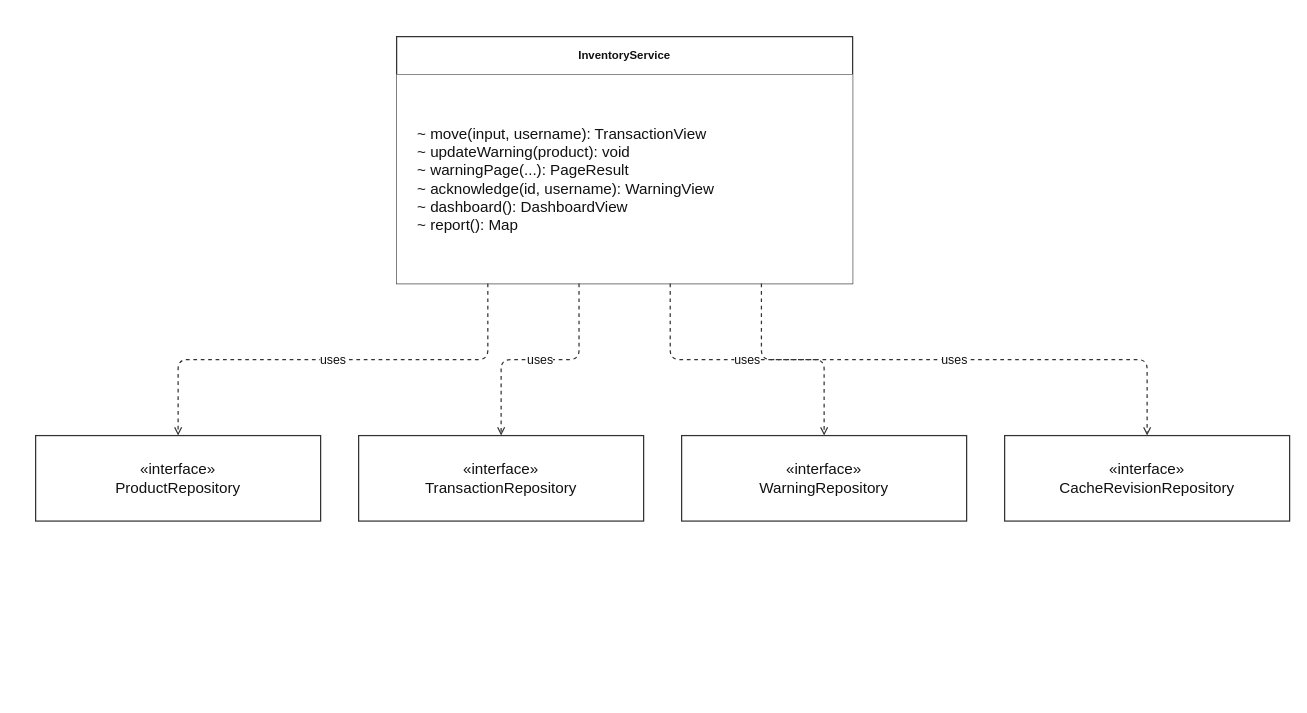
ZeroRegister/SupermarketsSystem keeps this draw.io diagram as thesis/figure-assets/diagrams/17-uml-service.drawio. Above is the earlier version. Source tidied: cells renumbered, new cells numbered last; positions are measured from the earlier drawing's top-left corner, leaving out a move shared by most shapes. Both pictures are drawn from the tidied source at 95%, with x=0, y=0 at pixel (35, 36).
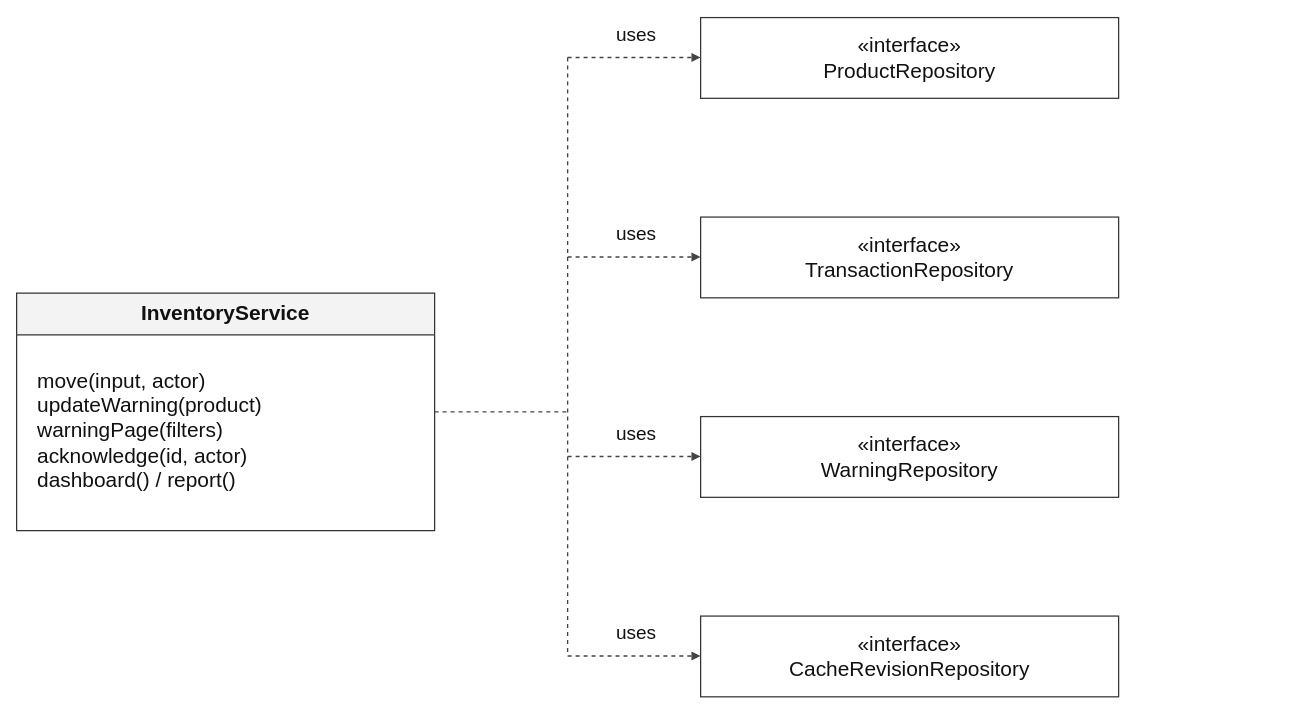
The same diagram, later.

Diff of the diagram source:
```diff
@@
-    <mxCell id="2" value="InventoryService" style="whiteSpace=wrap;html=1;fontFamily=Arial;fontSize=16;fontColor=#111111;strokeColor=#333333;strokeWidth=1.3;rounded=0;fillColor=#ffffff;swimlane;startSize=40;fontStyle=1;" parent="1" vertex="1">
-      <mxGeometry x="380" width="480" height="260" as="geometry" />
+    <mxCell id="2" value="InventoryService" style="whiteSpace=wrap;html=1;fontFamily=Arial;fontSize=22;fontColor=#111111;strokeColor=#333333;strokeWidth=1.3;rounded=0;fillColor=#ffffff;swimlane;startSize=44;fontStyle=1;fillColor=#f3f3f3;fontSize=22;" parent="1" vertex="1">
+      <mxGeometry x="-20" y="270" width="440" height="250" as="geometry" />
     </mxCell>
-    <mxCell id="3" value="&lt;div style=&quot;text-align:left&quot;&gt;~ move(input, username): TransactionView&lt;br&gt;~ updateWarning(product): void&lt;br&gt;~ warningPage(...): PageResult&lt;br&gt;~ acknowledge(id, username): WarningView&lt;br&gt;~ dashboard(): DashboardView&lt;br&gt;~ report(): Map&lt;/div&gt;" style="whiteSpace=wrap;html=1;fontFamily=Arial;fontSize=16;fontColor=#111111;strokeColor=#333333;strokeWidth=1.3;rounded=0;fillColor=#ffffff;strokeColor=none;align=left;spacingLeft=20;" parent="2" vertex="1">
-      <mxGeometry y="40" width="480" height="220" as="geometry" />
+    <mxCell id="3" value="move(input, actor)&#10;updateWarning(product)&#10;warningPage(filters)&#10;acknowledge(id, actor)&#10;dashboard() / report()" style="whiteSpace=wrap;html=1;fontFamily=Arial;fontSize=22;fontColor=#111111;strokeColor=#333333;strokeWidth=1.3;rounded=0;fillColor=#ffffff;strokeColor=none;align=left;fontSize=22;" parent="1" vertex="1">
+      <mxGeometry y="325" width="400" height="180" as="geometry" />
     </mxCell>
-    <mxCell id="4" value="«interface»&lt;br&gt;ProductRepository" style="whiteSpace=wrap;html=1;fontFamily=Arial;fontSize=16;fontColor=#111111;strokeColor=#333333;strokeWidth=1.3;rounded=0;fillColor=#ffffff;" parent="1" vertex="1">
-      <mxGeometry y="420" width="300" height="90" as="geometry" />
+    <mxCell id="4" style="html=1;rounded=0;strokeColor=#444444;strokeWidth=1.4;endArrow=none;endFill=1;dashed=1;" parent="1" edge="1">
+      <mxGeometry relative="1" as="geometry">
+        <mxPoint x="420" y="395" as="sourcePoint" />
+        <mxPoint x="560" y="395" as="targetPoint" />
+      </mxGeometry>
     </mxCell>
-    <mxCell id="5" value="uses" style="whiteSpace=wrap;html=1;fontFamily=Arial;fontSize=16;fontColor=#111111;strokeColor=#333333;strokeWidth=1.3;edgeStyle=orthogonalEdgeStyle;rounded=1;jettySize=auto;fontSize=13;whiteSpace=nowrap;labelBackgroundColor=#ffffff;endArrow=block;endFill=1;dashed=1;endArrow=open;exitX=0.2;exitY=1;entryX=0.5;entryY=0;" parent="1" edge="1" source="2" target="4">
-      <mxGeometry relative="1" as="geometry" />
+    <mxCell id="5" style="html=1;rounded=0;strokeColor=#444444;strokeWidth=1.4;endArrow=none;endFill=1;dashed=1;" parent="1" edge="1">
+      <mxGeometry relative="1" as="geometry">
+        <mxPoint x="560" y="22" as="sourcePoint" />
+        <mxPoint x="560" y="652" as="targetPoint" />
+      </mxGeometry>
     </mxCell>
-    <mxCell id="6" value="«interface»&lt;br&gt;TransactionRepository" style="whiteSpace=wrap;html=1;fontFamily=Arial;fontSize=16;fontColor=#111111;strokeColor=#333333;strokeWidth=1.3;rounded=0;fillColor=#ffffff;" parent="1" vertex="1">
-      <mxGeometry x="340" y="420" width="300" height="90" as="geometry" />
+    <mxCell id="6" value="«interface»&#10;ProductRepository" style="whiteSpace=wrap;html=1;fontFamily=Arial;fontSize=22;fontColor=#111111;strokeColor=#333333;strokeWidth=1.3;rounded=0;fillColor=#ffffff;fontSize=22;" parent="1" vertex="1">
+      <mxGeometry x="700" y="-20" width="440" height="85" as="geometry" />
     </mxCell>
-    <mxCell id="7" value="uses" style="whiteSpace=wrap;html=1;fontFamily=Arial;fontSize=16;fontColor=#111111;strokeColor=#333333;strokeWidth=1.3;edgeStyle=orthogonalEdgeStyle;rounded=1;jettySize=auto;fontSize=13;whiteSpace=nowrap;labelBackgroundColor=#ffffff;endArrow=block;endFill=1;dashed=1;endArrow=open;exitX=0.4;exitY=1;entryX=0.5;entryY=0;" parent="1" edge="1" source="2" target="6">
-      <mxGeometry relative="1" as="geometry" />
+    <mxCell id="7" style="html=1;rounded=0;strokeColor=#444444;strokeWidth=1.4;endArrow=block;endFill=1;dashed=1;" parent="1" edge="1">
+      <mxGeometry relative="1" as="geometry">
+        <mxPoint x="560" y="22" as="sourcePoint" />
+        <mxPoint x="700" y="22" as="targetPoint" />
+      </mxGeometry>
     </mxCell>
-    <mxCell id="8" value="«interface»&lt;br&gt;WarningRepository" style="whiteSpace=wrap;html=1;fontFamily=Arial;fontSize=16;fontColor=#111111;strokeColor=#333333;strokeWidth=1.3;rounded=0;fillColor=#ffffff;" parent="1" vertex="1">
-      <mxGeometry x="680" y="420" width="300" height="90" as="geometry" />
+    <mxCell id="8" value="uses" style="whiteSpace=wrap;html=1;fontFamily=Arial;fontSize=22;fontColor=#111111;strokeColor=#333333;strokeWidth=1.3;rounded=0;fillColor=#ffffff;strokeColor=none;fillColor=#ffffff;fontSize=20;fontSize=20;" parent="1" vertex="1">
+      <mxGeometry x="585" y="-21" width="95" height="36" as="geometry" />
     </mxCell>
-    <mxCell id="9" value="uses" style="whiteSpace=wrap;html=1;fontFamily=Arial;fontSize=16;fontColor=#111111;strokeColor=#333333;strokeWidth=1.3;edgeStyle=orthogonalEdgeStyle;rounded=1;jettySize=auto;fontSize=13;whiteSpace=nowrap;labelBackgroundColor=#ffffff;endArrow=block;endFill=1;dashed=1;endArrow=open;exitX=0.6;exitY=1;entryX=0.5;entryY=0;" parent="1" edge="1" source="2" target="8">
-      <mxGeometry relative="1" as="geometry" />
+    <mxCell id="9" value="«interface»&#10;TransactionRepository" style="whiteSpace=wrap;html=1;fontFamily=Arial;fontSize=22;fontColor=#111111;strokeColor=#333333;strokeWidth=1.3;rounded=0;fillColor=#ffffff;fontSize=22;" parent="1" vertex="1">
+      <mxGeometry x="700" y="190" width="440" height="85" as="geometry" />
     </mxCell>
-    <mxCell id="10" value="«interface»&lt;br&gt;CacheRevisionRepository" style="whiteSpace=wrap;html=1;fontFamily=Arial;fontSize=16;fontColor=#111111;strokeColor=#333333;strokeWidth=1.3;rounded=0;fillColor=#ffffff;" parent="1" vertex="1">
-      <mxGeometry x="1020" y="420" width="300" height="90" as="geometry" />
+    <mxCell id="10" style="html=1;rounded=0;strokeColor=#444444;strokeWidth=1.4;endArrow=block;endFill=1;dashed=1;" parent="1" edge="1">
+      <mxGeometry relative="1" as="geometry">
+        <mxPoint x="560" y="232" as="sourcePoint" />
+        <mxPoint x="700" y="232" as="targetPoint" />
+      </mxGeometry>
     </mxCell>
-    <mxCell id="11" value="uses" style="whiteSpace=wrap;html=1;fontFamily=Arial;fontSize=16;fontColor=#111111;strokeColor=#333333;strokeWidth=1.3;edgeStyle=orthogonalEdgeStyle;rounded=1;jettySize=auto;fontSize=13;whiteSpace=nowrap;labelBackgroundColor=#ffffff;endArrow=block;endFill=1;dashed=1;endArrow=open;exitX=0.8;exitY=1;entryX=0.5;entryY=0;" parent="1" edge="1" source="2" target="10">
-      <mxGeometry relative="1" as="geometry" />
+    <mxCell id="11" value="uses" style="whiteSpace=wrap;html=1;fontFamily=Arial;fontSize=22;fontColor=#111111;strokeColor=#333333;strokeWidth=1.3;rounded=0;fillColor=#ffffff;strokeColor=none;fillColor=#ffffff;fontSize=20;fontSize=20;" parent="1" vertex="1">
+      <mxGeometry x="585" y="189" width="95" height="36" as="geometry" />
     </mxCell>
+    <mxCell id="12" value="«interface»&#10;WarningRepository" style="whiteSpace=wrap;html=1;fontFamily=Arial;fontSize=22;fontColor=#111111;strokeColor=#333333;strokeWidth=1.3;rounded=0;fillColor=#ffffff;fontSize=22;" parent="1" vertex="1">
+      <mxGeometry x="700" y="400" width="440" height="85" as="geometry" />
+    </mxCell>
+    <mxCell id="13" style="html=1;rounded=0;strokeColor=#444444;strokeWidth=1.4;endArrow=block;endFill=1;dashed=1;" parent="1" edge="1">
+      <mxGeometry relative="1" as="geometry">
+        <mxPoint x="560" y="442" as="sourcePoint" />
+        <mxPoint x="700" y="442" as="targetPoint" />
+      </mxGeometry>
+    </mxCell>
+    <mxCell id="14" value="uses" style="whiteSpace=wrap;html=1;fontFamily=Arial;fontSize=22;fontColor=#111111;strokeColor=#333333;strokeWidth=1.3;rounded=0;fillColor=#ffffff;strokeColor=none;fillColor=#ffffff;fontSize=20;fontSize=20;" parent="1" vertex="1">
+      <mxGeometry x="585" y="399" width="95" height="36" as="geometry" />
+    </mxCell>
+    <mxCell id="15" value="«interface»&#10;CacheRevisionRepository" style="whiteSpace=wrap;html=1;fontFamily=Arial;fontSize=22;fontColor=#111111;strokeColor=#333333;strokeWidth=1.3;rounded=0;fillColor=#ffffff;fontSize=22;" parent="1" vertex="1">
+      <mxGeometry x="700" y="610" width="440" height="85" as="geometry" />
+    </mxCell>
+    <mxCell id="16" style="html=1;rounded=0;strokeColor=#444444;strokeWidth=1.4;endArrow=block;endFill=1;dashed=1;" parent="1" edge="1">
+      <mxGeometry relative="1" as="geometry">
+        <mxPoint x="560" y="652" as="sourcePoint" />
+        <mxPoint x="700" y="652" as="targetPoint" />
+      </mxGeometry>
+    </mxCell>
+    <mxCell id="17" value="uses" style="whiteSpace=wrap;html=1;fontFamily=Arial;fontSize=22;fontColor=#111111;strokeColor=#333333;strokeWidth=1.3;rounded=0;fillColor=#ffffff;strokeColor=none;fillColor=#ffffff;fontSize=20;fontSize=20;" parent="1" vertex="1">
+      <mxGeometry x="585" y="609" width="95" height="36" as="geometry" />
+    </mxCell>
```
